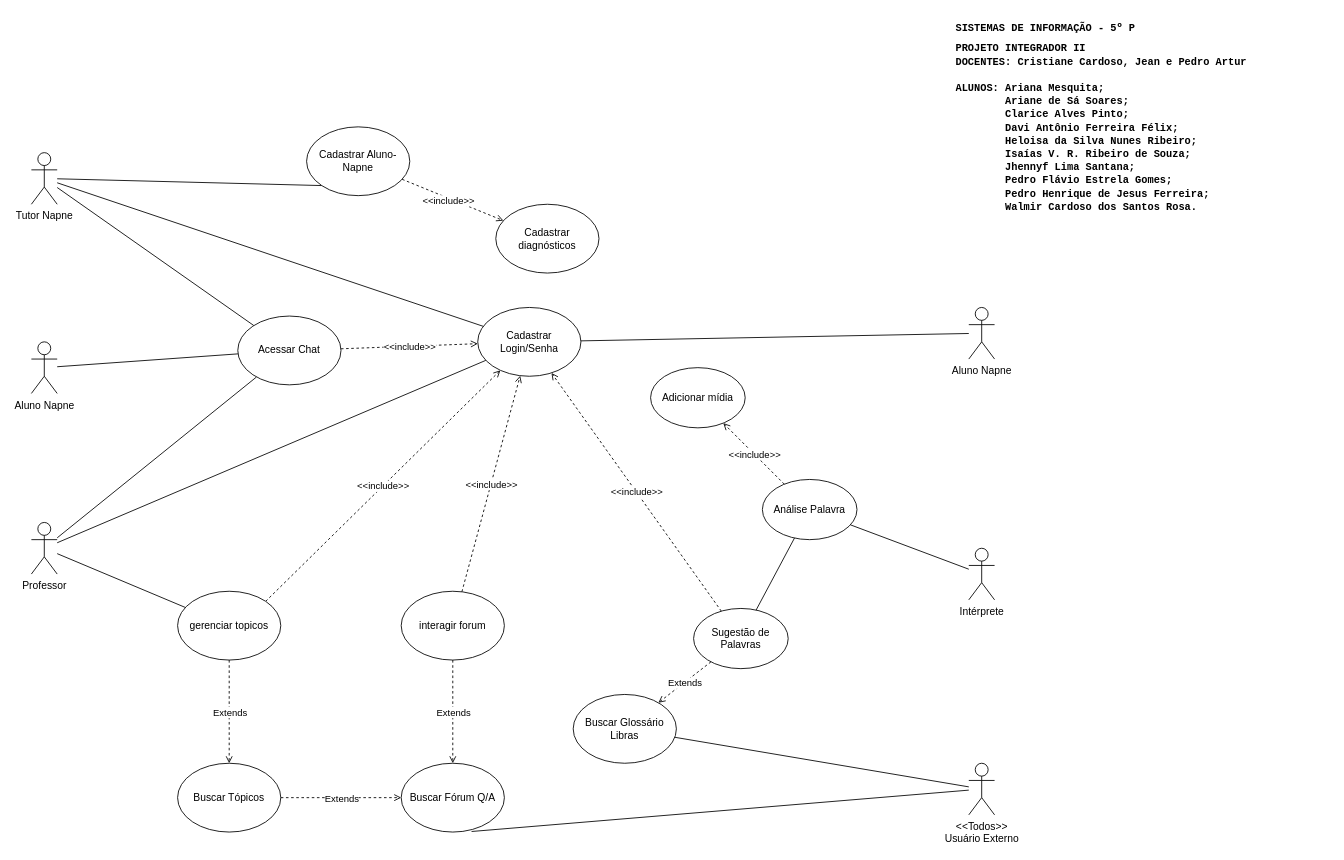
The draw.io diagram Casos_Uso.drawio in arianamesquita/IFCoders, before the edit. Source tidied: cells renumbered, new cells numbered last; positions are measured from the earlier drawing's top-left corner, leaving out a move shared by most shapes. Both pictures are drawn from the tidied source at 86%, with x=0, y=0 at pixel (31, 23).
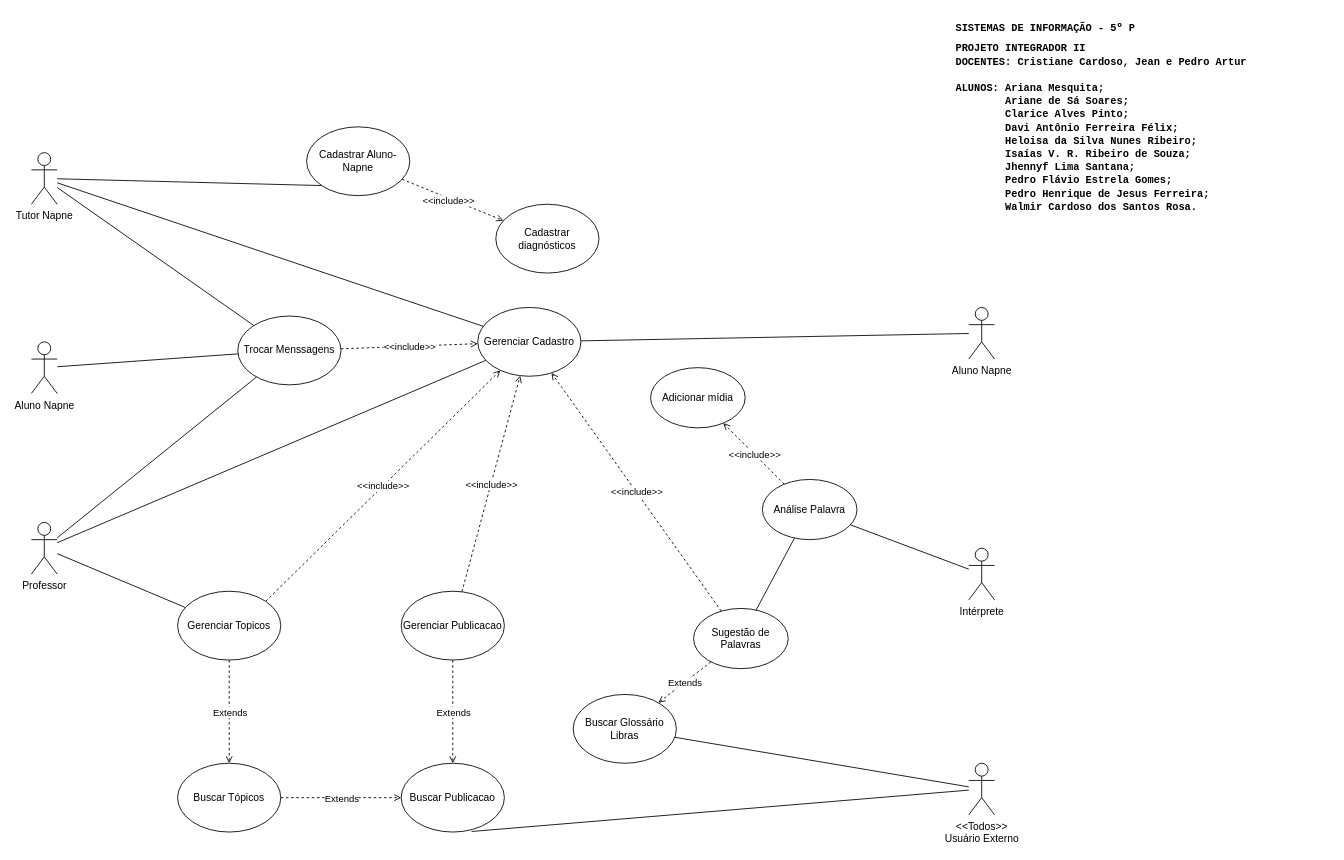
The same diagram, later.

What changed in the source:
```diff
@@
-    <mxCell id="21" value="Cadastrar Login/Senha" style="ellipse;whiteSpace=wrap;html=1;" parent="1" vertex="1">
+    <mxCell id="21" value="Gerenciar Cadastro" style="ellipse;whiteSpace=wrap;html=1;" parent="1" vertex="1">
       <mxGeometry x="519" y="330" width="120" height="80" as="geometry" />
     </mxCell>
-    <mxCell id="22" value="Acessar Chat" style="ellipse;whiteSpace=wrap;html=1;" parent="1" vertex="1">
+    <mxCell id="22" value="Trocar Menssagens" style="ellipse;whiteSpace=wrap;html=1;" parent="1" vertex="1">
       <mxGeometry x="240" y="340" width="120" height="80" as="geometry" />
     </mxCell>
@@
-    <mxCell id="35" value="interagir forum" style="ellipse;whiteSpace=wrap;html=1;" parent="1" vertex="1">
+    <mxCell id="35" value="Gerenciar Publicacao" style="ellipse;whiteSpace=wrap;html=1;" parent="1" vertex="1">
       <mxGeometry x="430" y="660" width="120" height="80" as="geometry" />
     </mxCell>
-    <mxCell id="36" value="gerenciar topicos" style="ellipse;whiteSpace=wrap;html=1;" parent="1" vertex="1">
+    <mxCell id="36" value="Gerenciar Topicos" style="ellipse;whiteSpace=wrap;html=1;" parent="1" vertex="1">
       <mxGeometry x="170" y="660" width="120" height="80" as="geometry" />
     </mxCell>
-    <mxCell id="37" value="Buscar Fórum Q/A" style="ellipse;whiteSpace=wrap;html=1;" parent="1" vertex="1">
+    <mxCell id="37" value="Buscar Publicacao" style="ellipse;whiteSpace=wrap;html=1;" parent="1" vertex="1">
       <mxGeometry x="430" y="860" width="120" height="80" as="geometry" />
     </mxCell>
```
